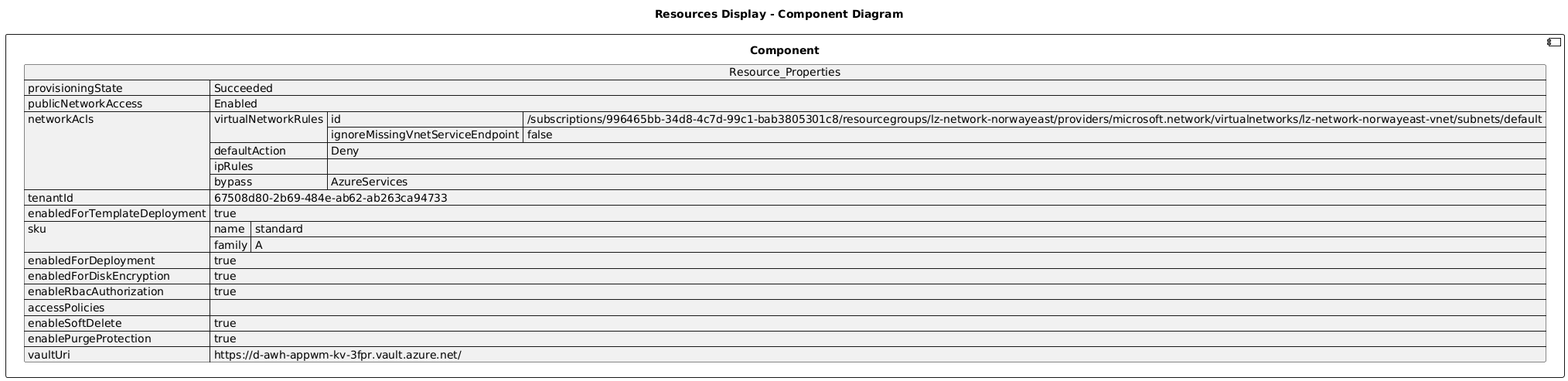
This is diagrams/d_awh_appwm_kv_3fpr.png from DanielAmpong/Test-Azure-architecture-diagram, a PlantUML export, as it was before one commit.
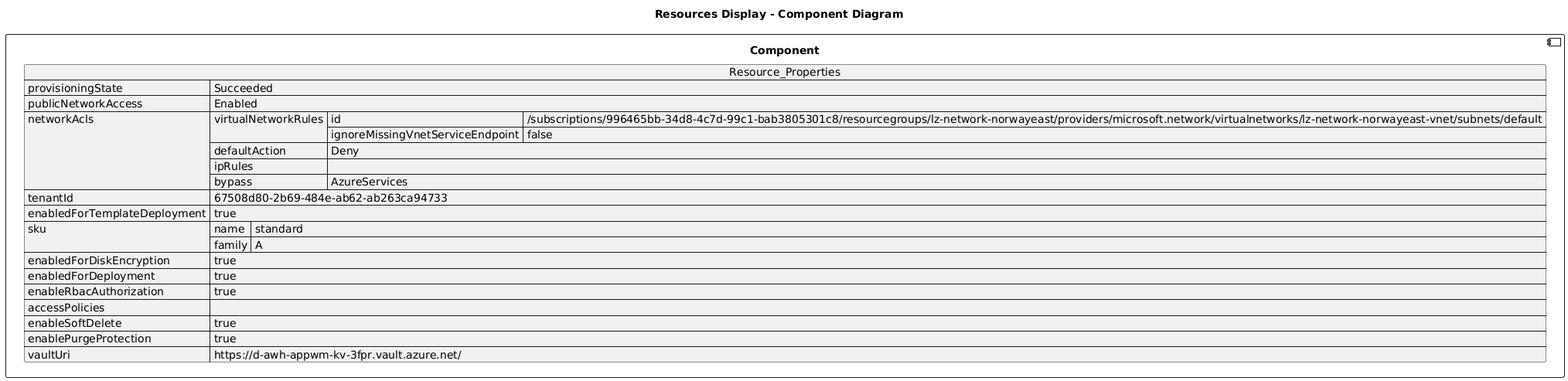
After the change.

The edit, as a diff of the source:
```diff
@@ -24,8 +24,8 @@
     "name": "standard",
     "family": "A"
   },
+  "enabledForDiskEncryption": true,
   "enabledForDeployment": true,
-  "enabledForDiskEncryption": true,
   "enableRbacAuthorization": true,
   "accessPolicies": [],
   "enableSoftDelete": true,
```
